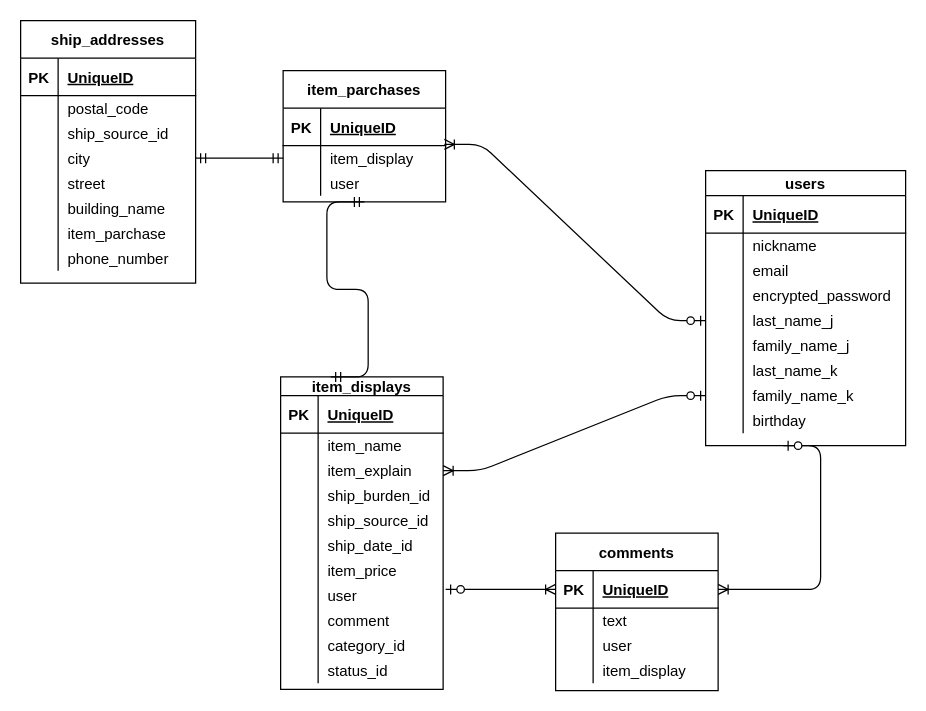
The draw.io diagram ERfigure.dio in chichida1111/furima-34391, before the edit. Source tidied: cells renumbered, new cells numbered last; positions are measured from the earlier drawing's top-left corner, leaving out a move shared by most shapes. Both pictures are drawn from the tidied source at 125%, with x=0, y=0 at pixel (20, 20).
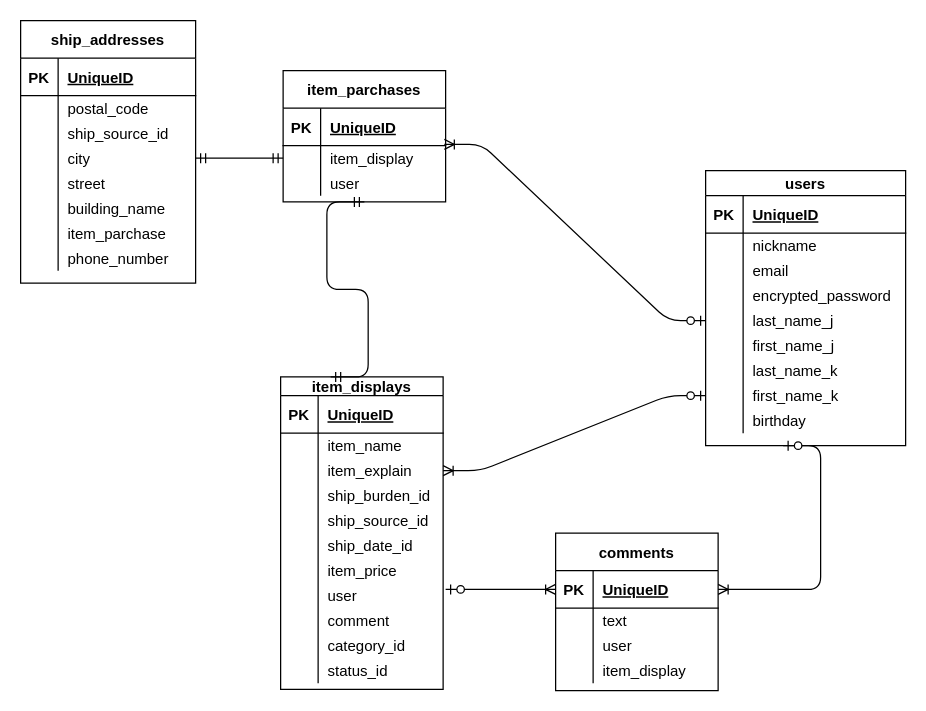
After the change.

Unchanged cells that the change refers to:
```xml
<mxCell id="18" style="shape=partialRectangle;fillColor=none;top=0;left=0;bottom=0;right=0;" parent="2" vertex="1">
  <mxGeometry y="130" width="160" height="20" as="geometry" />
</mxCell>
<mxCell id="24" style="shape=partialRectangle;fillColor=none;top=0;left=0;bottom=0;right=0;points=[[0,0.5],[1,0.5]];portConstraint=eastwest;" parent="2" vertex="1">
  <mxGeometry y="170" width="160" height="20" as="geometry" />
</mxCell>
```

Diff of the diagram source:
```diff
@@
-    <mxCell id="20" value="family_name_j" style="shape=partialRectangle;fillColor=none;top=0;left=0;bottom=0;right=0;align=left;spacingLeft=6;overflow=hidden;" parent="18" vertex="1">
+    <mxCell id="20" value="first_name_j" style="shape=partialRectangle;fillColor=none;top=0;left=0;bottom=0;right=0;align=left;spacingLeft=6;overflow=hidden;" parent="18" vertex="1">
       <mxGeometry x="30" width="130" height="20" as="geometry" />
     </mxCell>
@@
-    <mxCell id="26" value="family_name_k" style="shape=partialRectangle;fillColor=none;top=0;left=0;bottom=0;right=0;align=left;spacingLeft=6;overflow=hidden;" parent="24" vertex="1">
+    <mxCell id="26" value="first_name_k" style="shape=partialRectangle;fillColor=none;top=0;left=0;bottom=0;right=0;align=left;spacingLeft=6;overflow=hidden;" parent="24" vertex="1">
       <mxGeometry x="30" width="130" height="20" as="geometry" />
     </mxCell>
```
